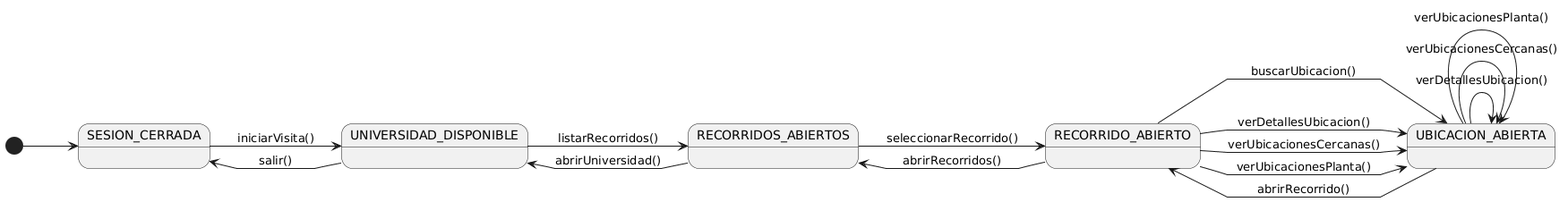
Above: documentos/01-casoDeUso/2-DiagramaDeContexto/diagramDeContextoVisitante.png in Camila-Lesly/25-26-idsw1-sdr (PlantUML), before the change.
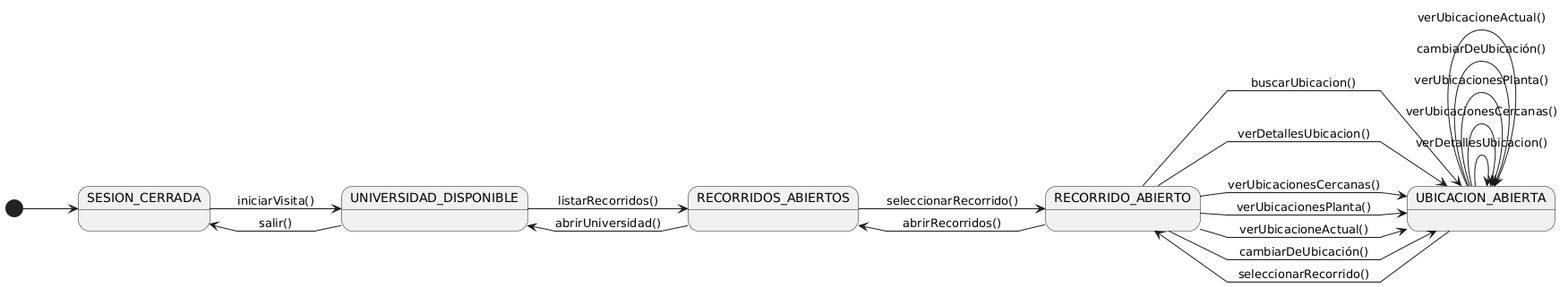
After the change.

Commit message:
fix: update context diagram for visitor and add README documentation

Diff of the diagram source:
```diff
@@ -24,10 +24,14 @@
 Recorrido --> Ubicacion : verDetallesUbicacion()
 Recorrido --> Ubicacion : verUbicacionesCercanas()
 Recorrido --> Ubicacion : verUbicacionesPlanta()
+Recorrido --> Ubicacion : verUbicacioneActual()
+Recorrido --> Ubicacion : cambiarDeUbicación()
+
 
 Ubicacion --> Ubicacion : verDetallesUbicacion()
 Ubicacion --> Ubicacion : verUbicacionesCercanas()
 Ubicacion --> Ubicacion : verUbicacionesPlanta()
-
-Ubicacion --> Recorrido :abrirRecorrido()
+Ubicacion --> Ubicacion : cambiarDeUbicación()
+Ubicacion --> Ubicacion : verUbicacioneActual()
+Ubicacion --> Recorrido :seleccionarRecorrido()
 @enduml
```
